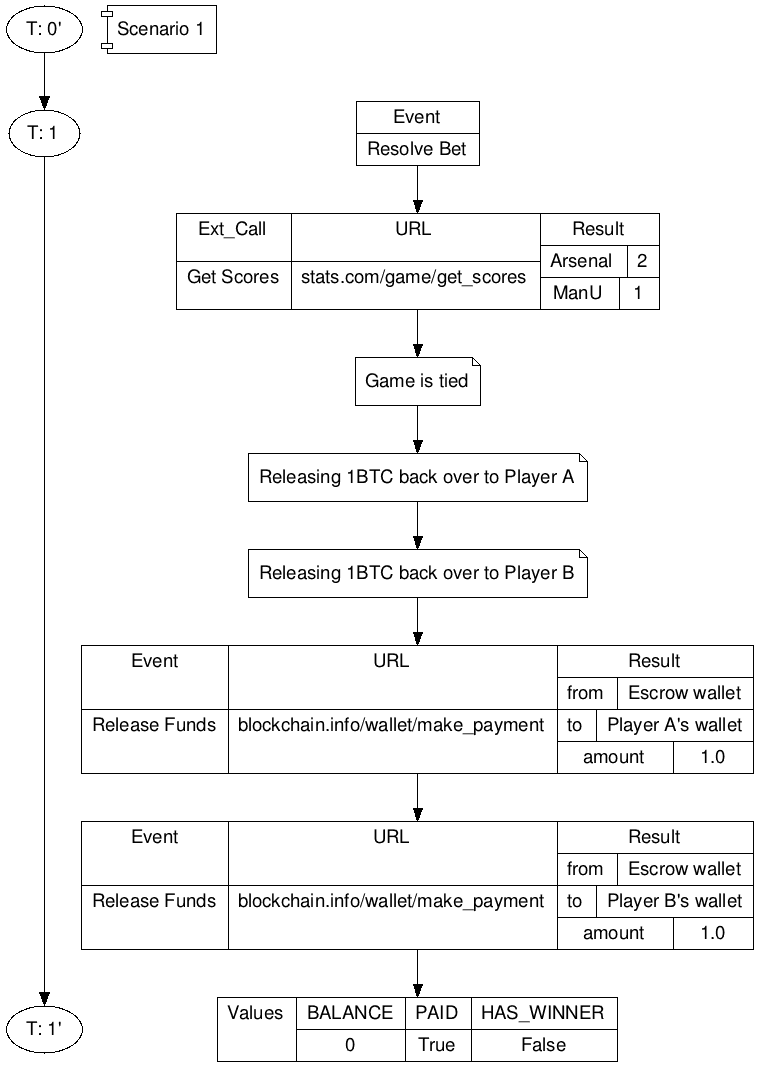
Earlier version of the Graphviz export doc/patent-simulation/images/scenario_3.png (joequant/scms). Its source is kept beside it as doc/patent-simulation/scenario_3.dot. The source it was exported from:
```dot
digraph Scenario_2 {
  rankdir=TB;
  T0_P [label="T: 0'"];
  S1 [shape=component; label="Scenario 1"];
  {rank = same; "T0_P"; "S1" };

  T1 [label="T: 1"];
  E1 [shape=record; label="{Event|Resolve Bet}"];
  {rank = same; "T1"; "E1"};

  XC1 [shape=record; label="{Ext_Call|Get Scores}|{URL|stats.com/game/get_scores}|{Result|{Arsenal|2}|{ManU|1}}"];

  N1 [shape=note; label="Game is tied"];
  N2 [shape=note; label="Releasing 1BTC back over to Player A"];
  N3 [shape=note; label="Releasing 1BTC back over to Player B"];

  XC2 [shape=record; label="{Event|Release Funds}|{URL|blockchain.info/wallet/make_payment}|{Result|{from|Escrow wallet}|{to|Player A's wallet}|{amount|1.0}}"];
  XC3 [shape=record; label="{Event|Release Funds}|{URL|blockchain.info/wallet/make_payment}|{Result|{from|Escrow wallet}|{to|Player B's wallet}|{amount|1.0}}"];

  T1_P [label="T: 1'"];
  R [shape=record; label="Values|{BALANCE|0}|{PAID|True}|{HAS_WINNER|False}"];
  {rank = same; "T1_P"; "R"};

  T0_P -> T1;
  T1 -> T1_P;

  E1 -> XC1 -> N1 -> N2 -> N3 -> XC2 -> XC3 -> R;
}
```
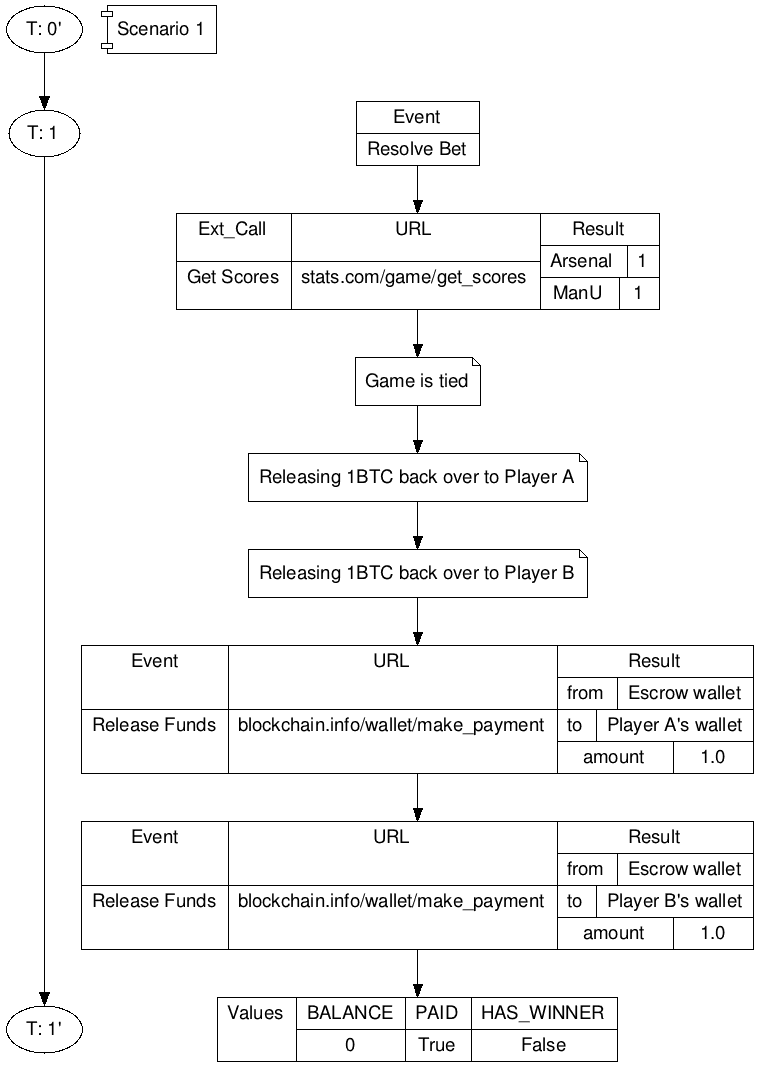
After the change.

Commit message:
Fixed minor problem in Scenario 3

Diff of the diagram source:
```diff
@@ -8,7 +8,7 @@
   E1 [shape=record; label="{Event|Resolve Bet}"];
   {rank = same; "T1"; "E1"};
 
-  XC1 [shape=record; label="{Ext_Call|Get Scores}|{URL|stats.com/game/get_scores}|{Result|{Arsenal|2}|{ManU|1}}"];
+  XC1 [shape=record; label="{Ext_Call|Get Scores}|{URL|stats.com/game/get_scores}|{Result|{Arsenal|1}|{ManU|1}}"];
 
   N1 [shape=note; label="Game is tied"];
   N2 [shape=note; label="Releasing 1BTC back over to Player A"];
```
